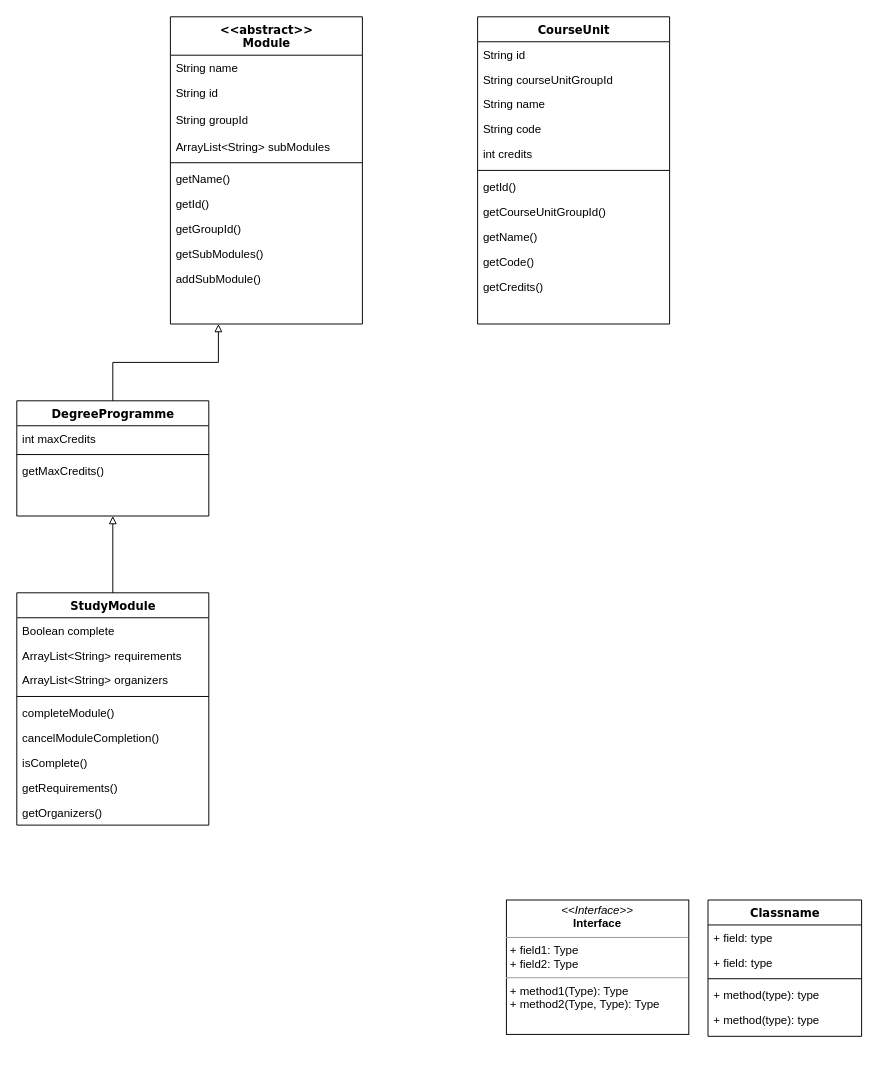
Earlier version of the draw.io diagram ClassDiagram.drawio (hasub0b/BetterSisu). Source tidied: cells renumbered, new cells numbered last; positions are measured from the earlier drawing's top-left corner, leaving out a move shared by most shapes. Both pictures are drawn from the tidied source at 96%, with x=0, y=0 at pixel (16, 16).
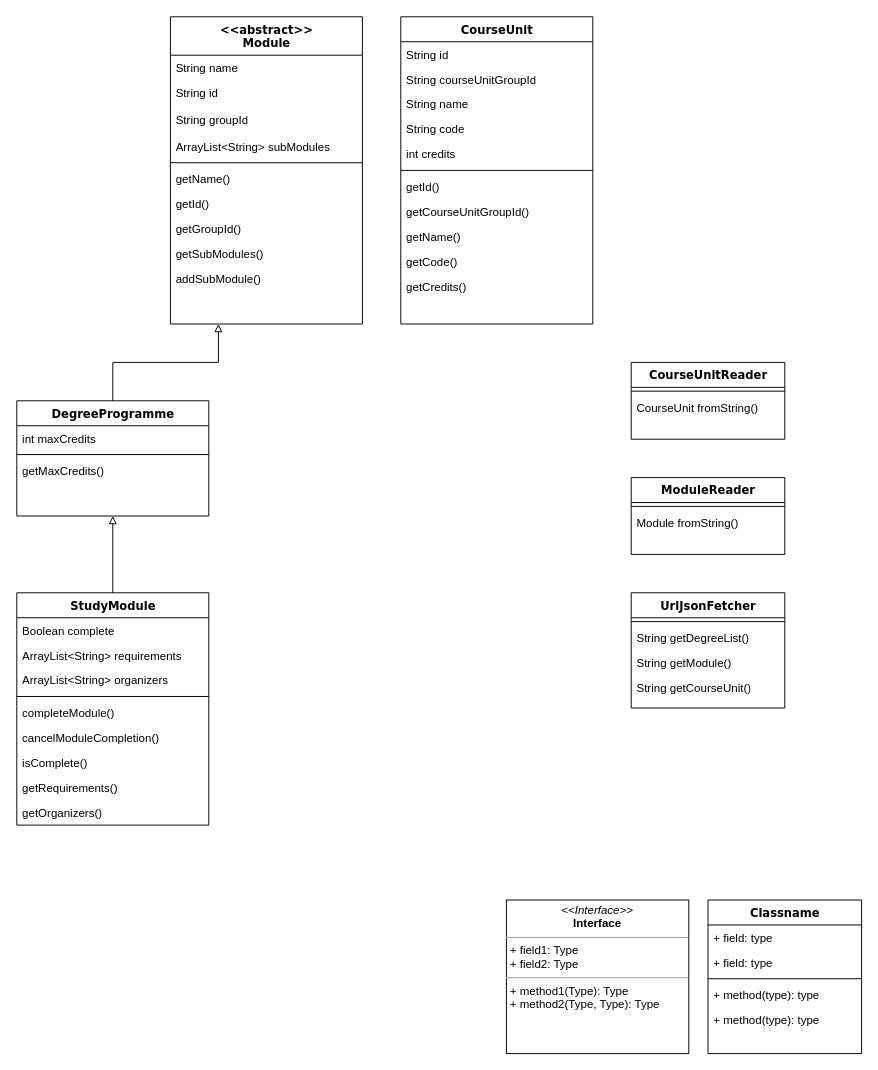
The same page after the edit.

Commit message:
add readers and fetcher to class diagram

Change to the diagram source:
```diff
@@
     <mxCell id="2" value="Classname" style="swimlane;html=1;fontStyle=1;align=center;verticalAlign=top;horizontal=1;startSize=26;swimlaneFillColor=#ffffff;rounded=0;shadow=0;comic=0;labelBackgroundColor=none;strokeWidth=1;fillColor=none;fontFamily=Verdana;fontSize=12;" parent="1" vertex="1">
-      <mxGeometry x="720" y="920" width="160" height="142" as="geometry" />
+      <mxGeometry x="720" y="920" width="160" height="160" as="geometry" />
     </mxCell>
@@
     <mxCell id="8" value="&lt;p style=&quot;margin:0px;margin-top:4px;text-align:center;&quot;&gt;&lt;i&gt;&amp;lt;&amp;lt;Interface&amp;gt;&amp;gt;&lt;/i&gt;&lt;br/&gt;&lt;b&gt;Interface&lt;/b&gt;&lt;/p&gt;&lt;hr size=&quot;1&quot;/&gt;&lt;p style=&quot;margin:0px;margin-left:4px;&quot;&gt;+ field1: Type&lt;br/&gt;+ field2: Type&lt;/p&gt;&lt;hr size=&quot;1&quot;/&gt;&lt;p style=&quot;margin:0px;margin-left:4px;&quot;&gt;+ method1(Type): Type&lt;br/&gt;+ method2(Type, Type): Type&lt;/p&gt;" style="verticalAlign=top;align=left;overflow=fill;fontSize=12;fontFamily=Helvetica;html=1;rounded=0;shadow=0;comic=0;labelBackgroundColor=none;strokeWidth=1;" parent="1" vertex="1">
-      <mxGeometry x="510" y="920" width="190" height="140" as="geometry" />
+      <mxGeometry x="510" y="920" width="190" height="160" as="geometry" />
     </mxCell>
@@
     <mxCell id="36" value="CourseUnit" style="swimlane;html=1;fontStyle=1;align=center;verticalAlign=top;horizontal=1;startSize=26;swimlaneFillColor=#ffffff;rounded=0;shadow=0;comic=0;labelBackgroundColor=none;strokeWidth=1;fillColor=none;fontFamily=Verdana;fontSize=12;" parent="1" vertex="1">
-      <mxGeometry x="480" width="200" height="320" as="geometry" />
+      <mxGeometry x="400" width="200" height="320" as="geometry" />
     </mxCell>
@@
+    <mxCell id="48" value="&lt;div&gt;CourseUnitReader&lt;/div&gt;" style="swimlane;html=1;fontStyle=1;align=center;verticalAlign=top;horizontal=1;startSize=26;swimlaneFillColor=#ffffff;rounded=0;shadow=0;comic=0;labelBackgroundColor=none;strokeWidth=1;fillColor=none;fontFamily=Verdana;fontSize=12;" parent="1" vertex="1">
+      <mxGeometry x="640" y="360" width="160" height="80" as="geometry" />
+    </mxCell>
+    <mxCell id="49" style="line;html=1;strokeWidth=1;fillColor=none;align=left;verticalAlign=middle;spacingTop=-1;spacingLeft=3;spacingRight=3;labelPosition=right;" parent="48" vertex="1">
+      <mxGeometry y="26" width="160" height="8" as="geometry" />
+    </mxCell>
+    <mxCell id="50" value="CourseUnit fromString()" style="text;html=1;strokeColor=none;fillColor=none;align=left;verticalAlign=top;spacingLeft=4;spacingRight=4;whiteSpace=wrap;overflow=hidden;" parent="48" vertex="1">
+      <mxGeometry y="34" width="160" height="26" as="geometry" />
+    </mxCell>
+    <mxCell id="51" value="&lt;div&gt;ModuleReader&lt;/div&gt;" style="swimlane;html=1;fontStyle=1;align=center;verticalAlign=top;horizontal=1;startSize=26;swimlaneFillColor=#ffffff;rounded=0;shadow=0;comic=0;labelBackgroundColor=none;strokeWidth=1;fillColor=none;fontFamily=Verdana;fontSize=12;" parent="1" vertex="1">
+      <mxGeometry x="640" y="480" width="160" height="80" as="geometry" />
+    </mxCell>
+    <mxCell id="52" style="line;html=1;strokeWidth=1;fillColor=none;align=left;verticalAlign=middle;spacingTop=-1;spacingLeft=3;spacingRight=3;labelPosition=right;" parent="51" vertex="1">
+      <mxGeometry y="26" width="160" height="8" as="geometry" />
+    </mxCell>
+    <mxCell id="53" value="Module fromString()" style="text;html=1;strokeColor=none;fillColor=none;align=left;verticalAlign=top;spacingLeft=4;spacingRight=4;whiteSpace=wrap;overflow=hidden;" parent="51" vertex="1">
+      <mxGeometry y="34" width="160" height="26" as="geometry" />
+    </mxCell>
+    <mxCell id="54" value="UrlJsonFetcher" style="swimlane;html=1;fontStyle=1;align=center;verticalAlign=top;horizontal=1;startSize=26;swimlaneFillColor=#ffffff;rounded=0;shadow=0;comic=0;labelBackgroundColor=none;strokeWidth=1;fillColor=none;fontFamily=Verdana;fontSize=12;" parent="1" vertex="1">
+      <mxGeometry x="640" y="600" width="160" height="120" as="geometry" />
+    </mxCell>
+    <mxCell id="55" style="line;html=1;strokeWidth=1;fillColor=none;align=left;verticalAlign=middle;spacingTop=-1;spacingLeft=3;spacingRight=3;labelPosition=right;" parent="54" vertex="1">
+      <mxGeometry y="26" width="160" height="8" as="geometry" />
+    </mxCell>
+    <mxCell id="56" value="String getDegreeList()" style="text;html=1;strokeColor=none;fillColor=none;align=left;verticalAlign=top;spacingLeft=4;spacingRight=4;whiteSpace=wrap;overflow=hidden;" parent="54" vertex="1">
+      <mxGeometry y="34" width="160" height="26" as="geometry" />
+    </mxCell>
+    <mxCell id="57" value="String getModule()" style="text;html=1;strokeColor=none;fillColor=none;align=left;verticalAlign=top;spacingLeft=4;spacingRight=4;whiteSpace=wrap;overflow=hidden;" parent="54" vertex="1">
+      <mxGeometry y="60" width="160" height="26" as="geometry" />
+    </mxCell>
+    <mxCell id="58" value="String getCourseUnit()" style="text;html=1;strokeColor=none;fillColor=none;align=left;verticalAlign=top;spacingLeft=4;spacingRight=4;whiteSpace=wrap;overflow=hidden;" parent="54" vertex="1">
+      <mxGeometry y="86" width="160" height="26" as="geometry" />
+    </mxCell>
```
